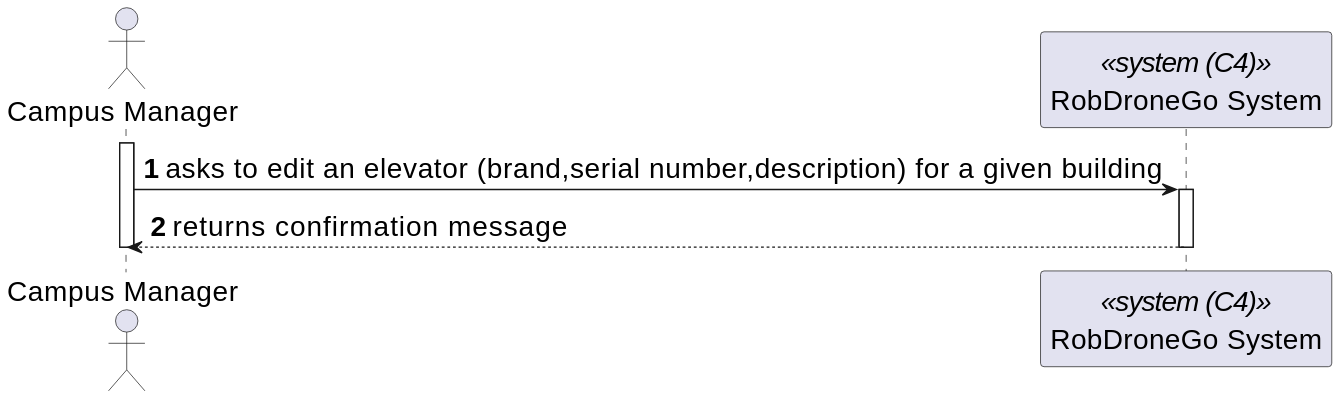
miseEnPlace-dev/lapr5 keeps this PlantUML diagram as _wiki/sprint-a/us14-280/views/level-1/assets/process-view.svg. Above is the earlier version.
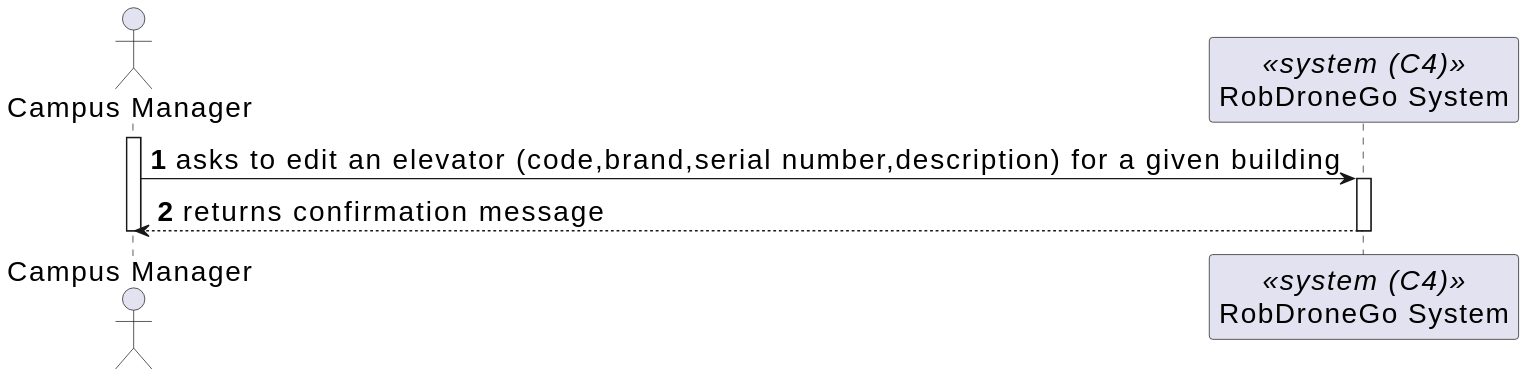
After the commit.

What changed in the source:
```diff
@@ -7,7 +7,7 @@
 
 activate CM
 
-CM -> SYS : asks to edit an elevator (brand,serial number,description) for a given building
+CM -> SYS : asks to edit an elevator (code,brand,serial number,description) for a given building
 activate SYS
 CM <-- SYS : returns confirmation message
 deactivate SYS
```
